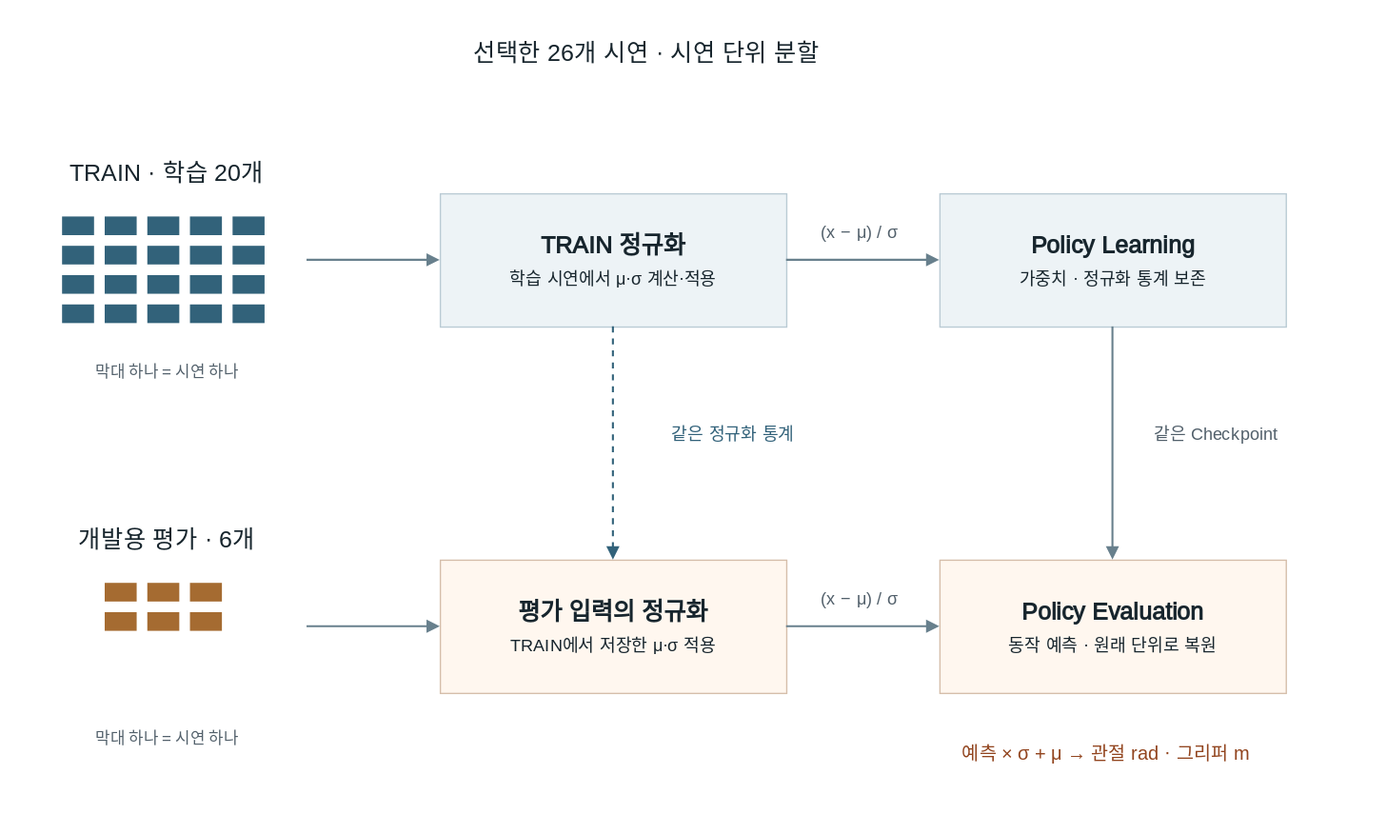
Earlier version of the draw.io export docs/portfolio/normalization.drawio.svg (hasemu1211/fr5-lerobot-connector). Source tidied: cells renumbered, new cells last; positions are measured from the earlier drawing's top-left corner, leaving out a move shared by most shapes.
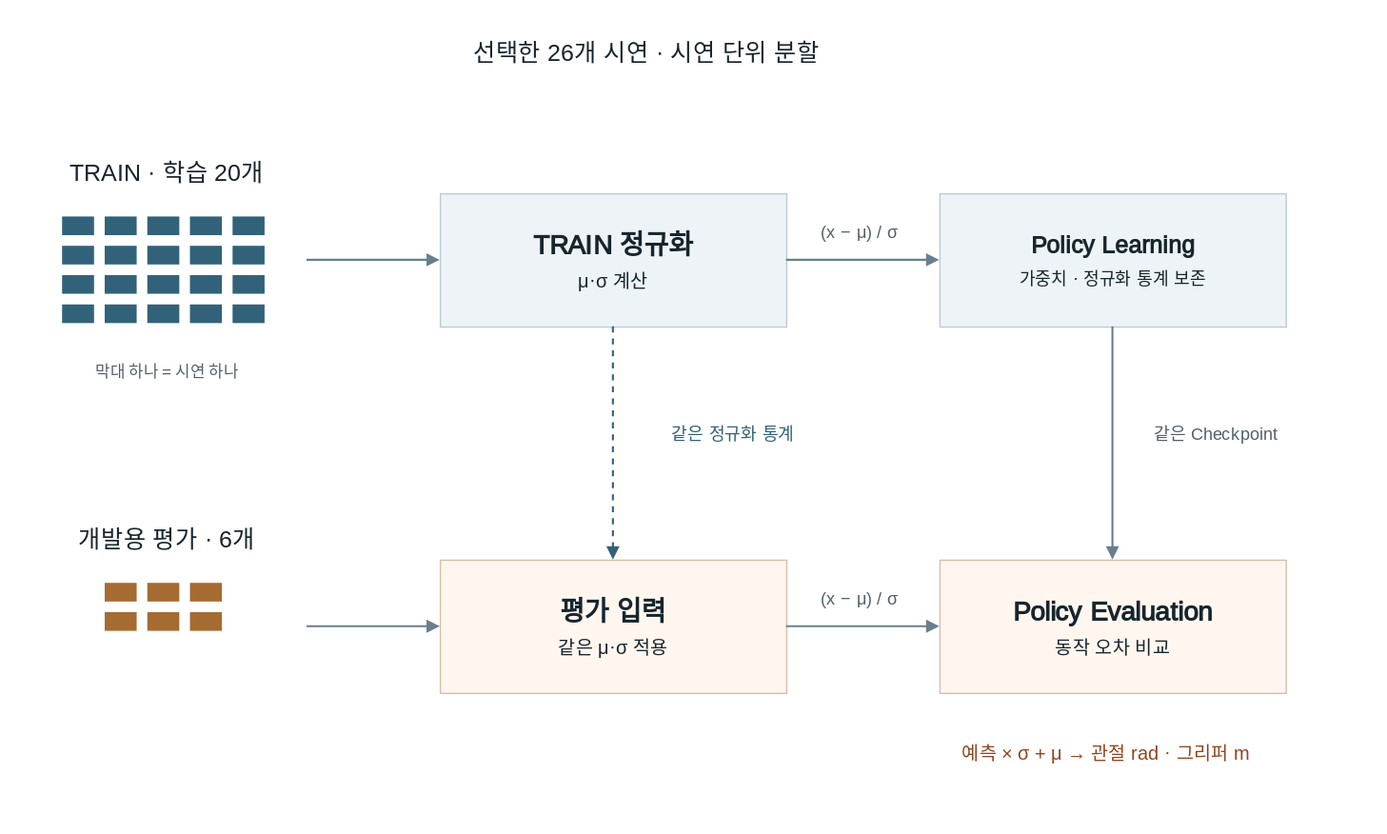
The same diagram one commit later.

Diff of the diagram source:
```diff
@@ -92,19 +92,16 @@
     <mxCell id="31" style="html=1;whiteSpace=wrap;fontFamily=Noto Sans CJK KR;fontColor=#17252d;spacing=0;fillColor=#a56b31;strokeColor=none;align=center;verticalAlign=middle;" parent="1" vertex="1">
       <mxGeometry x="122" y="439" width="24" height="14" as="geometry" />
     </mxCell>
-    <mxCell id="32" value="막대 하나 = 시연 하나" style="html=1;whiteSpace=wrap;fontFamily=Noto Sans CJK KR;fontColor=#17252d;spacing=0;text;strokeColor=none;fillColor=none;fontSize=12;fontColor=#52606b;align=center;verticalAlign=middle;" parent="1" vertex="1">
-      <mxGeometry y="520" width="210" height="28" as="geometry" />
-    </mxCell>
-    <mxCell id="33" value="&lt;div style=&quot;line-height:1.65&quot;&gt;&lt;b style=&quot;font-size:18px&quot;&gt;TRAIN 정규화&lt;/b&gt;&lt;br&gt;&lt;span style=&quot;font-size:13px&quot;&gt;학습 시연에서 μ·σ 계산·적용&lt;/span&gt;&lt;/div&gt;" style="html=1;whiteSpace=wrap;fontFamily=Noto Sans CJK KR;fontColor=#17252d;spacing=0;fillColor=#edf3f6;strokeColor=#bacbd4;align=center;verticalAlign=middle;" parent="1" vertex="1">
+    <mxCell id="33" value="&lt;div style=&quot;font-size:14px;line-height:1.6&quot;&gt;&lt;b style=&quot;font-size:20px&quot;&gt;TRAIN 정규화&lt;/b&gt;&lt;br&gt;μ·σ 계산&lt;/div&gt;" style="html=1;whiteSpace=wrap;fontFamily=Noto Sans CJK KR;fontColor=#17252d;spacing=0;fillColor=#edf3f6;strokeColor=#bacbd4;align=center;verticalAlign=middle;" parent="1" vertex="1">
       <mxGeometry x="310" y="125" width="260" height="100" as="geometry" />
     </mxCell>
     <mxCell id="34" value="&lt;div style=&quot;line-height:1.65&quot;&gt;&lt;b style=&quot;font-size:18px&quot;&gt;Policy Learning&lt;/b&gt;&lt;br&gt;&lt;span style=&quot;font-size:13px&quot;&gt;가중치 · 정규화 통계 보존&lt;/span&gt;&lt;/div&gt;" style="html=1;whiteSpace=wrap;fontFamily=Noto Sans CJK KR;fontColor=#17252d;spacing=0;fillColor=#edf3f6;strokeColor=#bacbd4;align=center;verticalAlign=middle;" parent="1" vertex="1">
       <mxGeometry x="685" y="125" width="260" height="100" as="geometry" />
     </mxCell>
-    <mxCell id="35" value="&lt;div style=&quot;line-height:1.65&quot;&gt;&lt;b style=&quot;font-size:18px&quot;&gt;평가 입력의 정규화&lt;/b&gt;&lt;br&gt;&lt;span style=&quot;font-size:13px&quot;&gt;TRAIN에서 저장한 μ·σ 적용&lt;/span&gt;&lt;/div&gt;" style="html=1;whiteSpace=wrap;fontFamily=Noto Sans CJK KR;fontColor=#17252d;spacing=0;fillColor=#fff7ef;strokeColor=#d5beaa;align=center;verticalAlign=middle;" parent="1" vertex="1">
+    <mxCell id="35" value="&lt;div style=&quot;font-size:14px;line-height:1.6&quot;&gt;&lt;b style=&quot;font-size:20px&quot;&gt;평가 입력&lt;/b&gt;&lt;br&gt;같은 μ·σ 적용&lt;/div&gt;" style="html=1;whiteSpace=wrap;fontFamily=Noto Sans CJK KR;fontColor=#17252d;spacing=0;fillColor=#fff7ef;strokeColor=#d5beaa;align=center;verticalAlign=middle;" parent="1" vertex="1">
       <mxGeometry x="310" y="400" width="260" height="100" as="geometry" />
     </mxCell>
-    <mxCell id="36" value="&lt;div style=&quot;line-height:1.65&quot;&gt;&lt;b style=&quot;font-size:18px&quot;&gt;Policy Evaluation&lt;/b&gt;&lt;br&gt;&lt;span style=&quot;font-size:13px&quot;&gt;동작 예측 · 원래 단위로 복원&lt;/span&gt;&lt;/div&gt;" style="html=1;whiteSpace=wrap;fontFamily=Noto Sans CJK KR;fontColor=#17252d;spacing=0;fillColor=#fff7ef;strokeColor=#d5beaa;align=center;verticalAlign=middle;" parent="1" vertex="1">
+    <mxCell id="36" value="&lt;div style=&quot;font-size:14px;line-height:1.6&quot;&gt;&lt;b style=&quot;font-size:20px&quot;&gt;Policy Evaluation&lt;/b&gt;&lt;br&gt;동작 오차 비교&lt;/div&gt;" style="html=1;whiteSpace=wrap;fontFamily=Noto Sans CJK KR;fontColor=#17252d;spacing=0;fillColor=#fff7ef;strokeColor=#d5beaa;align=center;verticalAlign=middle;" parent="1" vertex="1">
       <mxGeometry x="685" y="400" width="260" height="100" as="geometry" />
     </mxCell>
     <mxCell id="37" style="endArrow=block;endFill=1;strokeColor=#68808d;strokeWidth=1.5;" parent="1" edge="1">
```
